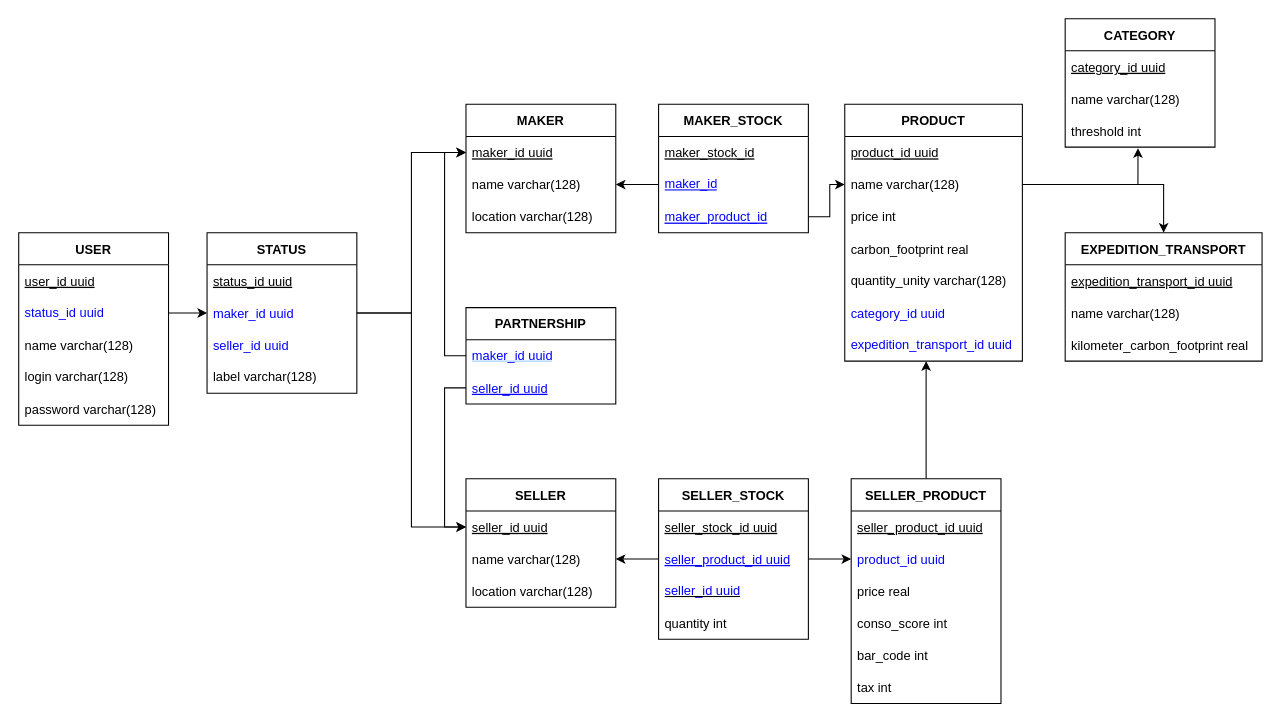
Above: page "bdd" (1 of 2) of doc/projet-intensif.drawio in FloRichard/conso-score-bdd (draw.io), before the change. Source tidied: cells renumbered, new cells numbered last; positions are measured from the earlier drawing's top-left corner, leaving out a move shared by most shapes. Both pictures are drawn from the tidied source at 107%, with x=0, y=0 at pixel (18, 18).
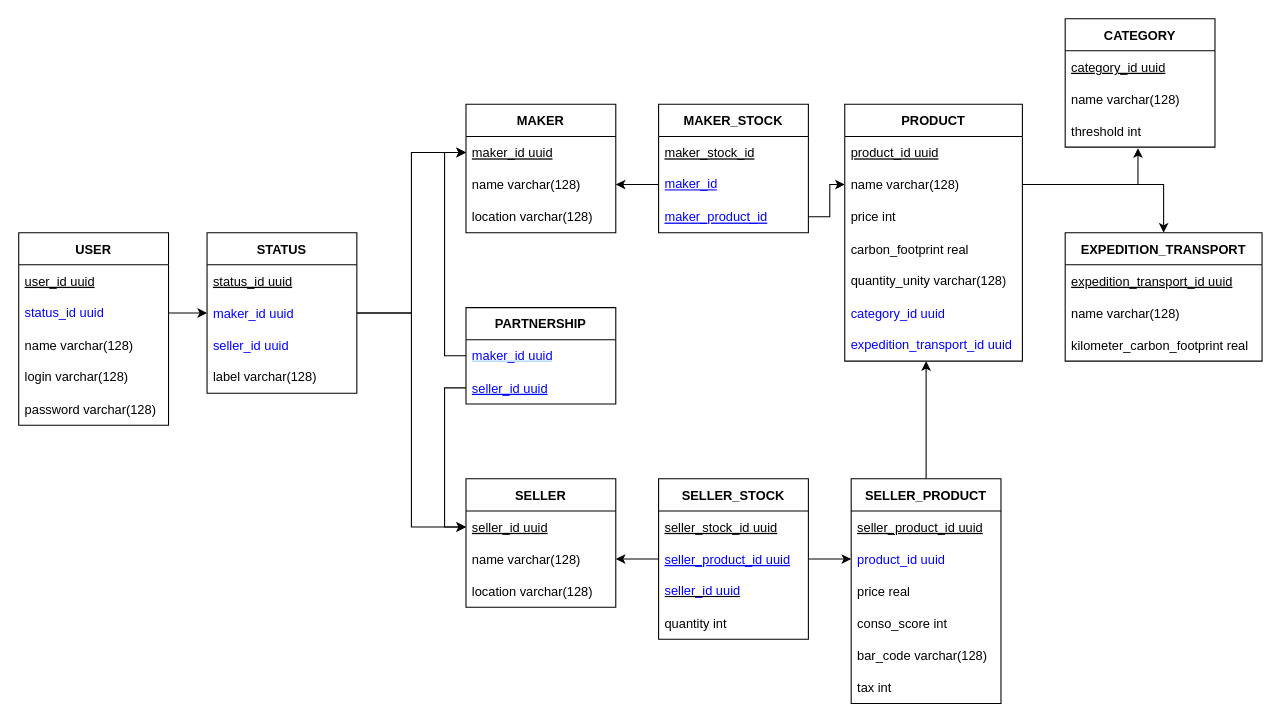
The same page after the edit.

Commit message (it also covers changes not shown here):
change bar_code type to string

Unchanged cells that the change refers to:
```xml
<mxCell id="33" value="SELLER_PRODUCT" style="swimlane;fontStyle=1;horizontal=1;startSize=30;" parent="1" vertex="1">
  <mxGeometry x="778" y="430" width="140" height="210" as="geometry" />
</mxCell>
```

What changed in the source:
```diff
@@
-    <mxCell id="38" value="bar_code int" style="text;strokeColor=none;fillColor=none;align=left;verticalAlign=middle;spacingLeft=4;spacingRight=4;overflow=hidden;" parent="33" vertex="1">
+    <mxCell id="38" value="bar_code varchar(128)" style="text;strokeColor=none;fillColor=none;align=left;verticalAlign=middle;spacingLeft=4;spacingRight=4;overflow=hidden;" parent="33" vertex="1">
       <mxGeometry y="150" width="140" height="30" as="geometry" />
     </mxCell>
```
